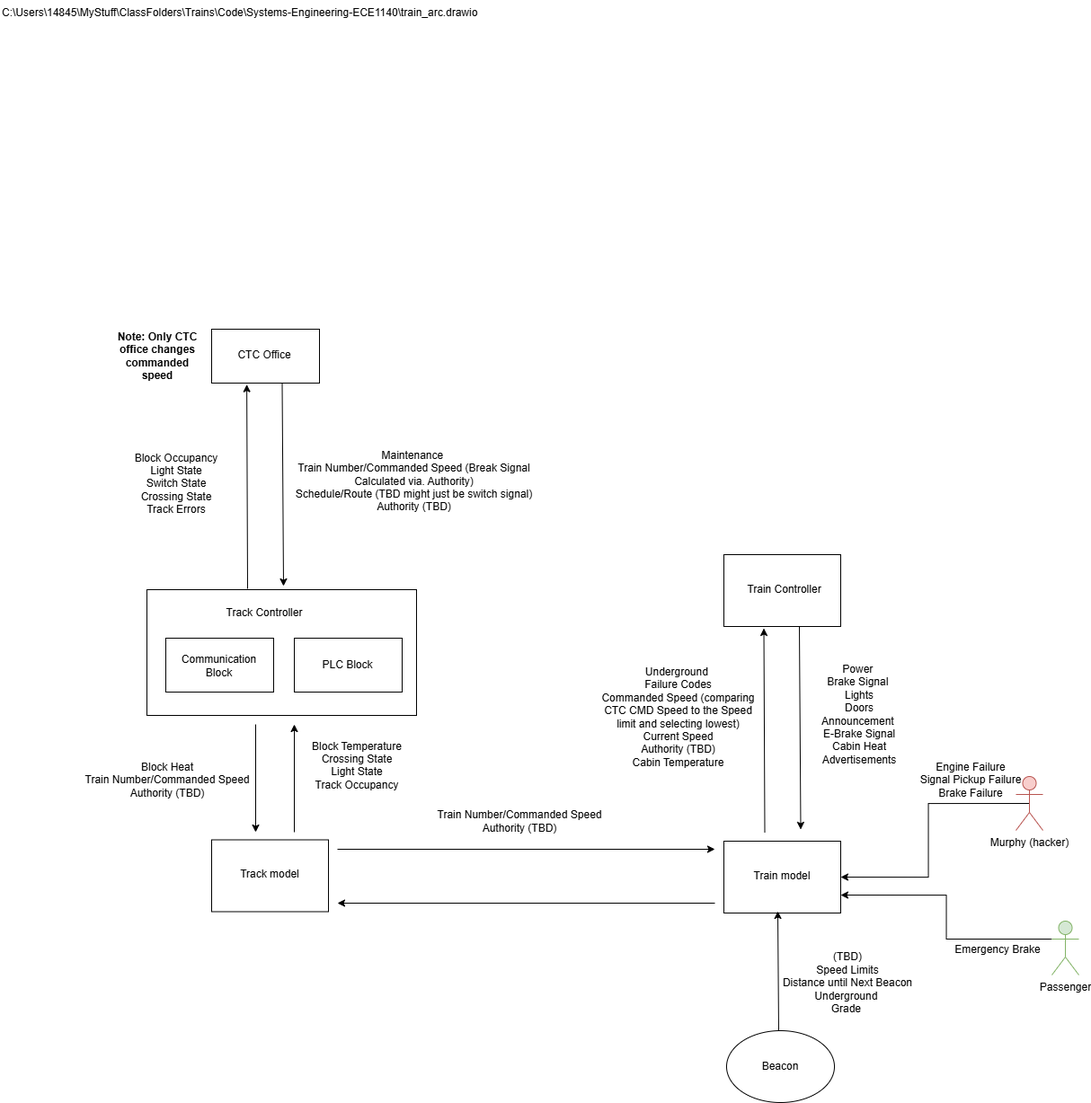
Before: Architecture_Group3.drawio.png, a diagram exported from draw.io (lao57/Systems-Engineering-ECE1140). Source tidied: cells renumbered, new cells last; positions are measured from the earlier drawing's top-left corner, leaving out a move shared by most shapes.
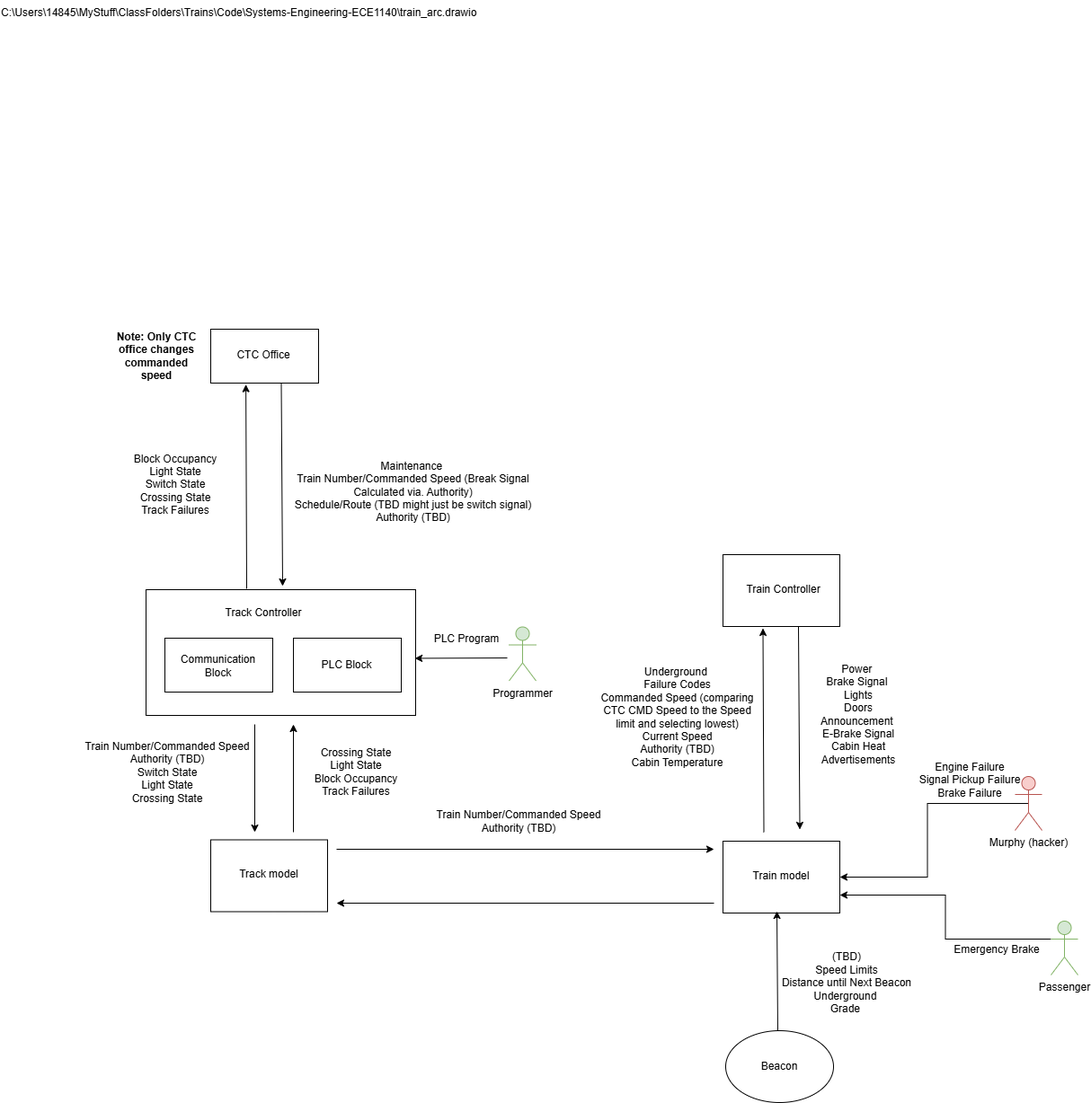
The same diagram one commit later.

What changed in the source:
```diff
@@ -113,16 +113,16 @@
       <mxGeometry x="881" y="736" width="150" height="117" as="geometry" />
     </mxCell>
     <mxCell id="31" value="Maintenance&amp;nbsp;&lt;div&gt;Train Number/Commanded Speed (Break Signal Calculated via. Authority)&lt;/div&gt;&lt;div&gt;Schedule/Route (TBD might just be switch signal)&lt;/div&gt;&lt;div&gt;Authority (TBD)&lt;/div&gt;&lt;div&gt;&lt;br&gt;&lt;/div&gt;&lt;div&gt;&lt;br&gt;&lt;/div&gt;&lt;div&gt;&lt;br&gt;&lt;/div&gt;&lt;div&gt;&lt;br&gt;&lt;/div&gt;" style="text;html=1;align=center;verticalAlign=middle;whiteSpace=wrap;rounded=0;" parent="1" vertex="1">
-      <mxGeometry x="324" y="451" width="273" height="226" as="geometry" />
+      <mxGeometry x="324" y="463" width="273" height="226" as="geometry" />
     </mxCell>
-    <mxCell id="32" value="Block Occupancy&lt;div&gt;Light State&lt;/div&gt;&lt;div&gt;Switch State&lt;/div&gt;&lt;div&gt;Crossing State&lt;/div&gt;&lt;div&gt;Track Errors&lt;/div&gt;" style="text;html=1;align=center;verticalAlign=middle;whiteSpace=wrap;rounded=0;" parent="1" vertex="1">
+    <mxCell id="32" value="Block Occupancy&lt;div&gt;Light State&lt;/div&gt;&lt;div&gt;Switch State&lt;/div&gt;&lt;div&gt;Crossing State&lt;/div&gt;&lt;div&gt;Track Failures&lt;/div&gt;" style="text;html=1;align=center;verticalAlign=middle;whiteSpace=wrap;rounded=0;" parent="1" vertex="1">
       <mxGeometry x="145" y="434" width="102" height="209" as="geometry" />
     </mxCell>
-    <mxCell id="33" value="Block Temperature&lt;div&gt;Crossing State&lt;/div&gt;&lt;div&gt;Light State&lt;/div&gt;&lt;div&gt;Track Occupancy&lt;/div&gt;&lt;div&gt;&lt;br&gt;&lt;/div&gt;" style="text;html=1;align=center;verticalAlign=middle;whiteSpace=wrap;rounded=0;" parent="1" vertex="1">
+    <mxCell id="33" value="&lt;div&gt;Crossing State&lt;/div&gt;&lt;div&gt;Light State&lt;/div&gt;&lt;div&gt;Block Occupancy&lt;/div&gt;&lt;div&gt;Track Failures&lt;/div&gt;" style="text;html=1;align=center;verticalAlign=middle;whiteSpace=wrap;rounded=0;" parent="1" vertex="1">
       <mxGeometry x="331" y="790" width="132" height="137" as="geometry" />
     </mxCell>
-    <mxCell id="34" value="Block Heat&#10;Train Number/Commanded Speed&#10;Authority (TBD)&#10;" style="text;whiteSpace=wrap;align=center;" parent="1" vertex="1">
-      <mxGeometry x="79" y="840" width="214" height="132" as="geometry" />
+    <mxCell id="34" value="Train Number/Commanded Speed&#10;Authority (TBD)&#10;Switch State&#10;Light State&#10;Crossing State&#10;" style="text;whiteSpace=wrap;align=center;" parent="1" vertex="1">
+      <mxGeometry x="80" y="817" width="214" height="132" as="geometry" />
     </mxCell>
     <mxCell id="35" style="endArrow=classic;html=1;rounded=0;" parent="1" edge="1">
       <mxGeometry relative="1" as="geometry">
@@ -148,5 +148,16 @@
     <mxCell id="41" value="&lt;div&gt;Engine Failure&lt;/div&gt;&lt;div&gt;Signal Pickup Failure&lt;/div&gt;&lt;div&gt;Brake Failure&lt;/div&gt;" style="text;html=1;align=center;verticalAlign=middle;whiteSpace=wrap;rounded=0;" parent="1" vertex="1">
       <mxGeometry x="1021" y="837" width="118" height="61" as="geometry" />
     </mxCell>
+    <mxCell id="42" value="&lt;div&gt;PLC Program&lt;/div&gt;" style="text;html=1;align=center;verticalAlign=middle;whiteSpace=wrap;rounded=0;rotation=0;" parent="1" vertex="1">
+      <mxGeometry x="460" y="699.5" width="120" height="23" as="geometry" />
+    </mxCell>
+    <mxCell id="43" value="Programmer" style="shape=umlActor;verticalLabelPosition=bottom;verticalAlign=top;html=1;fillColor=#d5e8d4;strokeColor=#82b366;" parent="1" vertex="1">
+      <mxGeometry x="567" y="697.5" width="30" height="60" as="geometry" />
+    </mxCell>
+    <mxCell id="44" style="endArrow=classic;html=1;rounded=0;entryX=0.997;entryY=0.546;entryDx=0;entryDy=0;entryPerimeter=0;" parent="1" edge="1" target="4">
+      <mxGeometry relative="1" as="geometry">
+        <mxPoint x="565" y="732" as="sourcePoint" />
+      </mxGeometry>
+    </mxCell>
   </root>
 </mxGraphModel>
```
